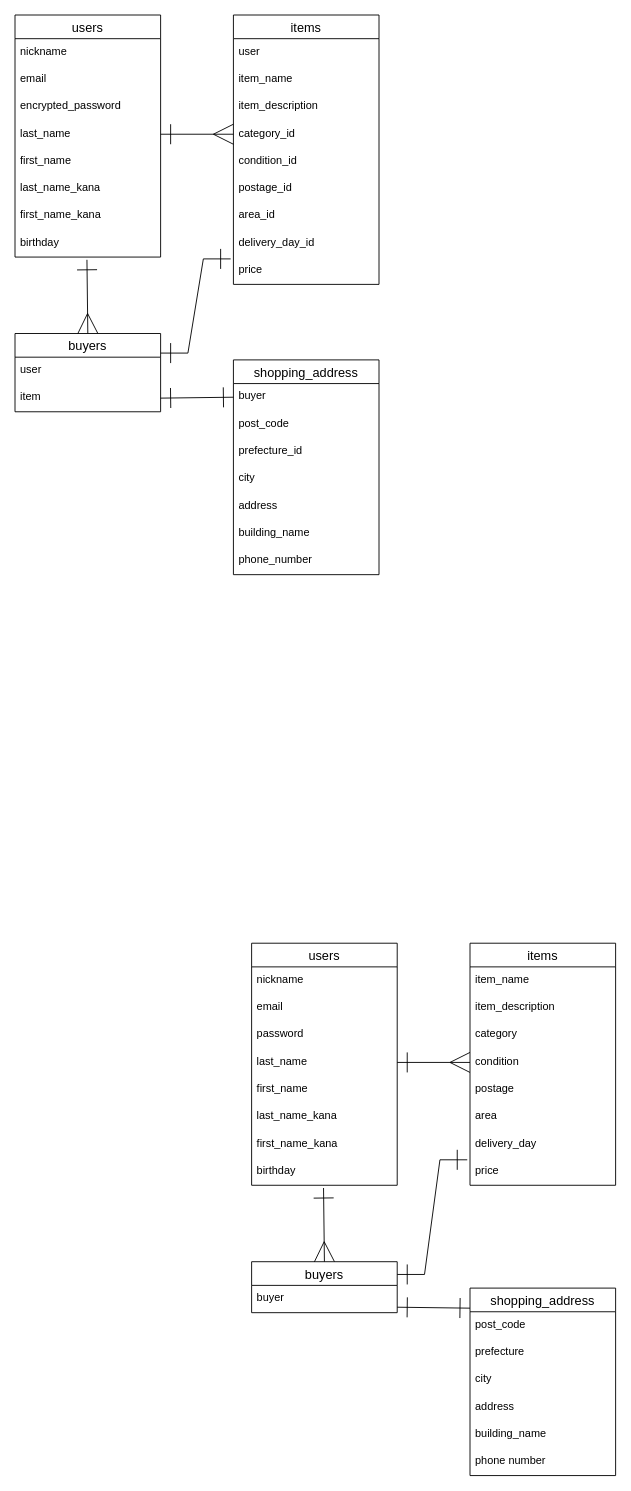
The draw.io diagram FurimaER.dio in katsuo1106/furima-38282, before the edit. Source tidied: cells renumbered, new cells numbered last; positions are measured from the earlier drawing's top-left corner, leaving out a move shared by most shapes. Both pictures are drawn from the tidied source at 91%, with x=0, y=0 at pixel (15, 15).
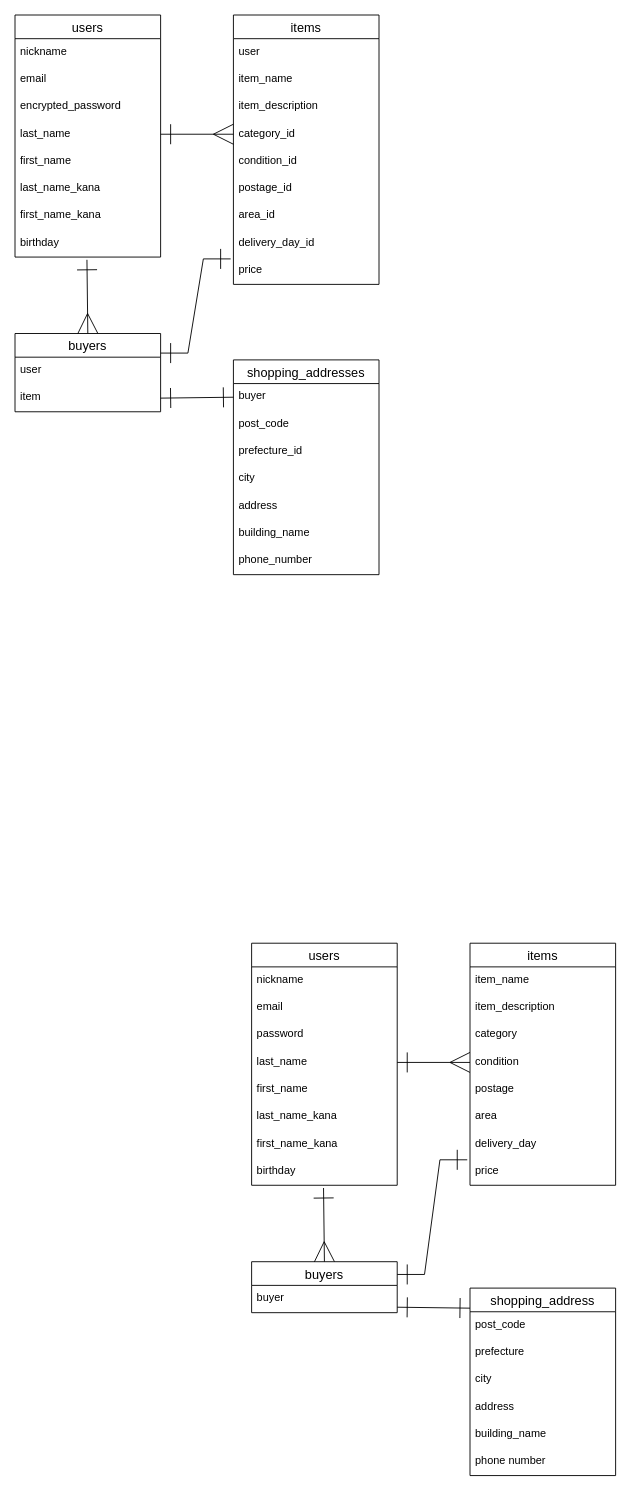
The same diagram, later.

What changed in the source:
```diff
@@
-    <mxCell id="24" value="shopping_address" style="swimlane;fontStyle=0;horizontal=1;startSize=26;align=center;fontSize=14;" parent="1" vertex="1">
+    <mxCell id="24" value="shopping_addresses" style="swimlane;fontStyle=0;horizontal=1;startSize=26;align=center;fontSize=14;" parent="1" vertex="1">
       <mxGeometry x="240" y="379" width="160" height="236" as="geometry" />
     </mxCell>
```
